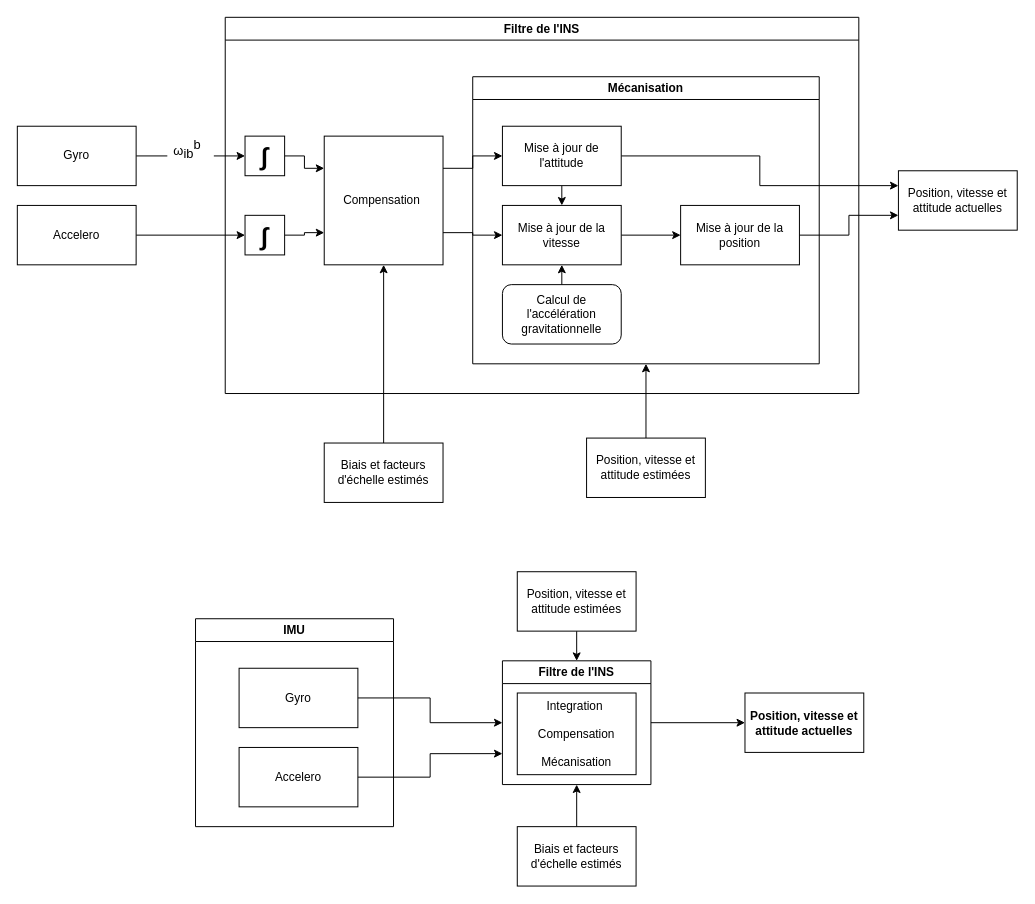
Kaloum2/KFs keeps this draw.io diagram as page "Page-4" (4 of 4) of KFs_Geo.drawio. Above is the earlier version. Source tidied: cells renumbered, new cells numbered last; positions are measured from the earlier drawing's top-left corner, leaving out a move shared by most shapes. Both pictures are drawn from the tidied source at 99%, with x=0, y=0 at pixel (17, 17).
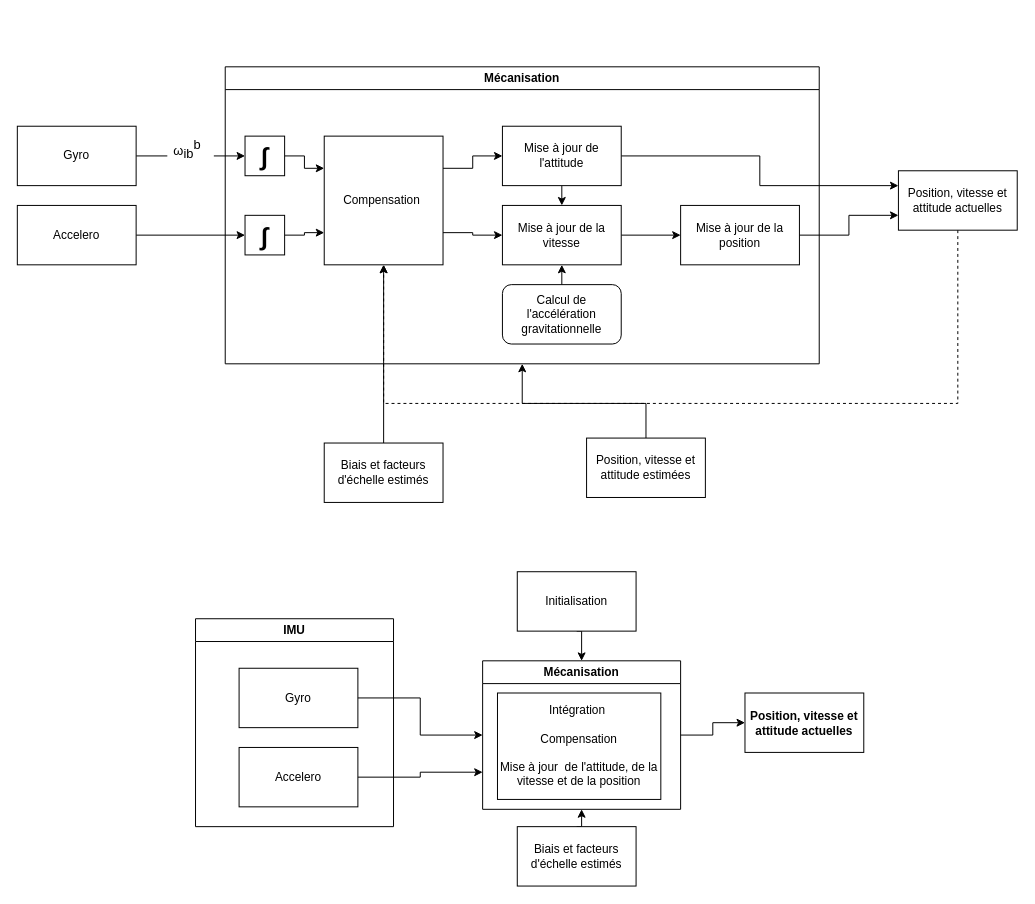
The same page after the edit.

Commit message:
Mettre à jour KFs_Geo.drawio

The change refers to these unchanged cells:
```xml
<mxCell id="25" value="Compensation&amp;nbsp;" style="rounded=0;whiteSpace=wrap;html=1;" parent="1" vertex="1">
  <mxGeometry x="310" y="120" width="120" height="130" as="geometry" />
</mxCell>
<mxCell id="27" value="Position, vitesse et attitude estimées" style="rounded=0;whiteSpace=wrap;html=1;" parent="1" vertex="1">
  <mxGeometry x="575" y="425" width="120" height="60" as="geometry" />
</mxCell>
<mxCell id="28" value="Position, vitesse et attitude actuelles" style="rounded=0;whiteSpace=wrap;html=1;" parent="1" vertex="1">
  <mxGeometry x="890" y="155" width="120" height="60" as="geometry" />
</mxCell>
```

Change to the diagram source:
```diff
@@
-    <mxCell id="2" value="Filtre de l'INS" style="swimlane;whiteSpace=wrap;html=1;" parent="1" vertex="1">
-      <mxGeometry x="210" width="640" height="380" as="geometry" />
-    </mxCell>
@@
     <mxCell id="24" value="Mécanisation" style="swimlane;whiteSpace=wrap;html=1;" parent="1" vertex="1">
-      <mxGeometry x="460" y="60" width="350" height="290" as="geometry" />
+      <mxGeometry x="210" y="50" width="600" height="300" as="geometry" />
     </mxCell>
@@
     <mxCell id="26" style="edgeStyle=orthogonalEdgeStyle;rounded=0;jettySize=auto;html=1;exitX=0.5;exitY=0;exitDx=0;exitDy=0;entryX=0.5;entryY=1;entryDx=0;entryDy=0;" parent="1" edge="1" source="27" target="24">
-      <mxGeometry relative="1" as="geometry" />
+      <mxGeometry relative="1" as="geometry">
+        <Array as="points">
+          <mxPoint x="635" y="390" />
+          <mxPoint x="510" y="390" />
+        </Array>
+      </mxGeometry>
     </mxCell>
@@
+    <mxCell id="42" style="edgeStyle=orthogonalEdgeStyle;rounded=0;jettySize=auto;html=1;exitX=0.5;exitY=1;exitDx=0;exitDy=0;entryX=0.5;entryY=1;entryDx=0;entryDy=0;dashed=1;" parent="1" edge="1" source="28" target="25">
+      <mxGeometry relative="1" as="geometry">
+        <Array as="points">
+          <mxPoint x="950" y="390" />
+          <mxPoint x="370" y="390" />
+        </Array>
+      </mxGeometry>
+    </mxCell>
@@
-    <mxCell id="33" value="Filtre de l'INS" style="swimlane;whiteSpace=wrap;html=1;" parent="1" vertex="1">
-      <mxGeometry x="490" y="650" width="150" height="125" as="geometry" />
+    <mxCell id="33" value="Mécanisation" style="swimlane;whiteSpace=wrap;html=1;" parent="1" vertex="1">
+      <mxGeometry x="470" y="650" width="200" height="150" as="geometry" />
     </mxCell>
-    <mxCell id="34" value="Integration&amp;nbsp;&lt;br&gt;&lt;br&gt;Compensation&lt;br&gt;&lt;br&gt;Mécanisation" style="rounded=0;whiteSpace=wrap;html=1;" parent="33" vertex="1">
-      <mxGeometry x="15" y="32.5" width="120" height="82.5" as="geometry" />
+    <mxCell id="34" value="Intégration&amp;nbsp;&lt;br&gt;&lt;br&gt;Compensation&lt;br&gt;&lt;br&gt;Mise à jour&amp;nbsp; de l'attitude, de la vitesse et de la position" style="rounded=0;whiteSpace=wrap;html=1;" parent="33" vertex="1">
+      <mxGeometry x="15" y="32.5" width="165" height="107.5" as="geometry" />
     </mxCell>
@@
-    <mxCell id="36" value="Position, vitesse et attitude estimées" style="rounded=0;whiteSpace=wrap;html=1;" parent="1" vertex="1">
+    <mxCell id="36" value="Initialisation" style="rounded=0;whiteSpace=wrap;html=1;" parent="1" vertex="1">
       <mxGeometry x="505" y="560" width="120" height="60" as="geometry" />
     </mxCell>
```
